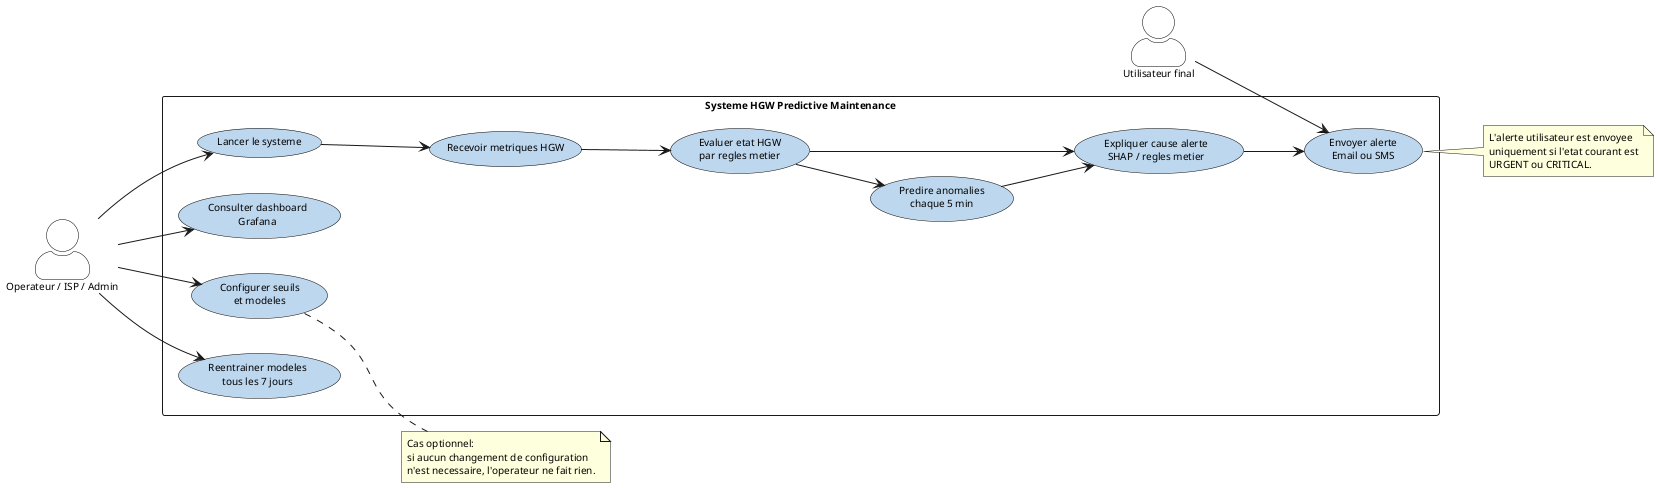
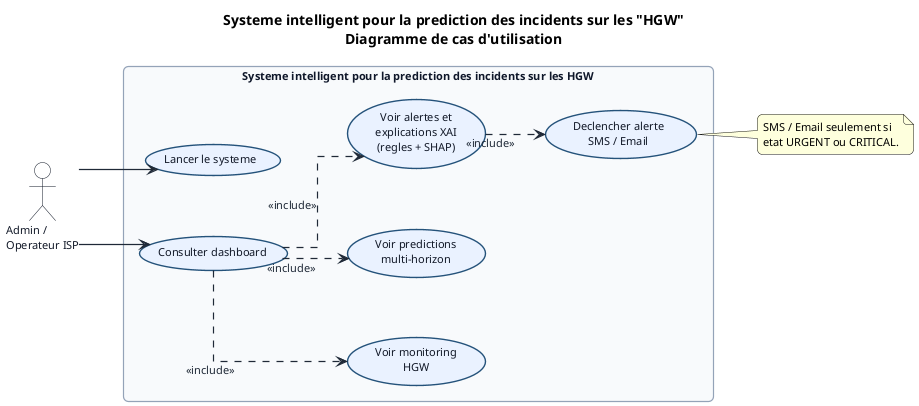
@startuml
+ title Systeme intelligent pour la prediction des incidents sur les "HGW"\nDiagramme de cas d'utilisation
left to right direction

skinparam backgroundColor #FFFFFF
skinparam defaultFontName Arial
- skinparam defaultFontSize 10
- skinparam actorStyle awesome
- skinparam Usecase {
-     BackgroundColor #BDD7EE
-     BorderColor #000000
-     FontColor #000000
-     FontSize 10
- }
- skinparam Actor {
-     BackgroundColor #FFFFFF
-     BorderColor #000000
-     FontColor #000000
-     FontSize 10
+ skinparam defaultFontSize 11
+ skinparam shadowing false
+ skinparam roundcorner 10
+ skinparam actorStyle stick
+ skinparam linetype ortho
+ skinparam nodesep 60
+ skinparam ranksep 60
+ skinparam ArrowColor #1F2937
+ skinparam ArrowFontColor #1F2937
+ skinparam ArrowThickness 1.2
+ 
+ skinparam actor {
+   BackgroundColor #FFFFFF
+   BorderColor #111827
+   FontColor #111827
}

- actor "Utilisateur final" as USER
- actor "Operateur / ISP / Admin" as OPS
- 
- rectangle "Systeme HGW Predictive Maintenance" {
-     usecase "Lancer le systeme" as UC_START
-     usecase "Consulter dashboard\nGrafana" as UC_DASH
-     usecase "Configurer seuils\net modeles" as UC_CONFIG
-     usecase "Recevoir metriques HGW" as UC_COLLECT
-     usecase "Evaluer etat HGW\npar regles metier" as UC_RULES
-     usecase "Predire anomalies\nchaque 5 min" as UC_PREDICT
-     usecase "Expliquer cause alerte\nSHAP / regles metier" as UC_EXPLAIN
-     usecase "Envoyer alerte\nEmail ou SMS" as UC_ALERT
-     usecase "Reentrainer modeles\ntous les 7 jours" as UC_RETRAIN
+ skinparam usecase {
+   BackgroundColor #EAF2FF
+   BorderColor #24527A
+   FontColor #111827
+   BorderThickness 1.4
}

- OPS --> UC_START
- OPS --> UC_DASH
- OPS --> UC_CONFIG
- OPS --> UC_RETRAIN
- USER --> UC_ALERT
+ skinparam rectangle {
+   BackgroundColor #F8FAFC
+   BorderColor #94A3B8
+   FontColor #0F172A
+   BorderThickness 1.2
+ }

- UC_START --> UC_COLLECT
- UC_COLLECT --> UC_RULES
- UC_RULES --> UC_PREDICT
- UC_PREDICT --> UC_EXPLAIN
- UC_RULES --> UC_EXPLAIN
- UC_EXPLAIN --> UC_ALERT
+ actor "Admin /\nOperateur ISP" as ADMIN

- note right of UC_ALERT
- L'alerte utilisateur est envoyee
- uniquement si l'etat courant est
- URGENT ou CRITICAL.
- end note
+ rectangle "Systeme intelligent pour la prediction des incidents sur les HGW" as SYSTEM {
+   usecase "Lancer le systeme" as UC_START
+   usecase "Consulter dashboard" as UC_DASH
+   usecase "Voir monitoring\nHGW" as UC_MONITOR
+   usecase "Voir predictions\nmulti-horizon" as UC_PRED
+   usecase "Voir alertes et\nexplications XAI\n(regles + SHAP)" as UC_ALERT_XAI
+   usecase "Declencher alerte\nSMS / Email" as UC_TRIGGER
+ }

- note right of UC_CONFIG
- Cas optionnel:
- si aucun changement de configuration
- n'est necessaire, l'operateur ne fait rien.
+ ADMIN --> UC_DASH
+ ADMIN --> UC_START
+ 
+ UC_DASH ..> UC_ALERT_XAI : <<include>>
+ UC_DASH ..> UC_PRED : <<include>>
+ UC_DASH ..> UC_MONITOR : <<include>>
+ UC_ALERT_XAI ..> UC_TRIGGER : <<include>>
+ 
+ note right of UC_TRIGGER
+ SMS / Email seulement si
+ etat URGENT ou CRITICAL.
end note

@enduml
